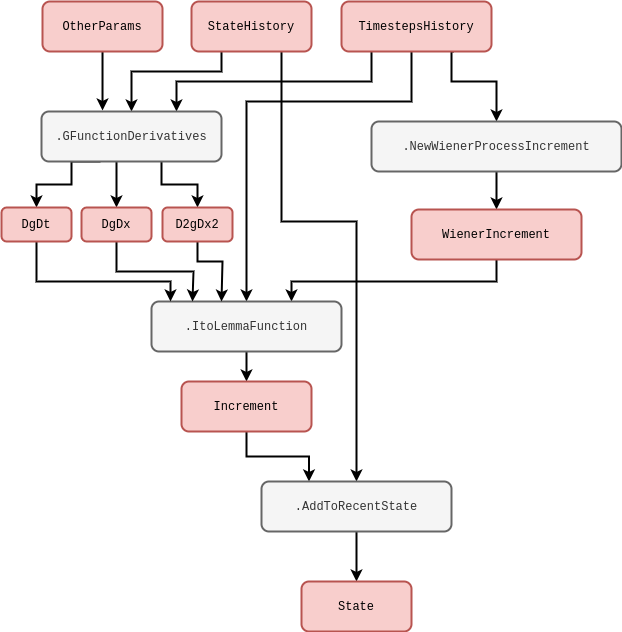
umbralcalc/umbralcalc.github.io keeps this draw.io diagram as assets/stochadexI/stochadexI-ito-lemma.drawio.png. Above is the earlier version. Source tidied: cells renumbered, new cells last; positions are measured from the earlier drawing's top-left corner, leaving out a move shared by most shapes. Its diagram source:
```xml
<mxGraphModel math="1">
  <root>
    <mxCell id="0" />
    <mxCell id="1" parent="0" />
    <mxCell id="2" style="edgeStyle=orthogonalEdgeStyle;rounded=0;jettySize=auto;html=1;entryX=0.5;entryY=0;entryDx=0;entryDy=0;strokeWidth=2;exitX=0.25;exitY=1;exitDx=0;exitDy=0;" parent="1" edge="1" source="4" target="22">
      <mxGeometry relative="1" as="geometry">
        <Array as="points">
          <mxPoint x="220" y="70" />
          <mxPoint x="130" y="70" />
        </Array>
      </mxGeometry>
    </mxCell>
    <mxCell id="3" style="edgeStyle=orthogonalEdgeStyle;rounded=0;jettySize=auto;html=1;strokeWidth=2;exitX=0.75;exitY=1;exitDx=0;exitDy=0;entryX=0.5;entryY=0;entryDx=0;entryDy=0;" parent="1" edge="1" source="4" target="30">
      <mxGeometry relative="1" as="geometry">
        <Array as="points">
          <mxPoint x="280" y="220" />
          <mxPoint x="355" y="220" />
        </Array>
      </mxGeometry>
    </mxCell>
    <mxCell id="4" value="&lt;font face=&quot;Courier New&quot;&gt;StateHistory&lt;/font&gt;" style="rounded=1;whiteSpace=wrap;html=1;strokeWidth=2;fillColor=#f8cecc;strokeColor=#b85450;" parent="1" vertex="1">
      <mxGeometry x="190" width="120" height="50" as="geometry" />
    </mxCell>
    <mxCell id="5" style="edgeStyle=orthogonalEdgeStyle;rounded=0;jettySize=auto;html=1;strokeWidth=2;entryX=0.5;entryY=0;entryDx=0;entryDy=0;exitX=0.75;exitY=1;exitDx=0;exitDy=0;" parent="1" edge="1" source="8" target="10">
      <mxGeometry relative="1" as="geometry">
        <Array as="points">
          <mxPoint x="450" y="50" />
          <mxPoint x="450" y="80" />
          <mxPoint x="495" y="80" />
        </Array>
      </mxGeometry>
    </mxCell>
    <mxCell id="6" style="edgeStyle=orthogonalEdgeStyle;rounded=0;jettySize=auto;html=1;entryX=0.75;entryY=0;entryDx=0;entryDy=0;strokeWidth=2;" parent="1" edge="1" source="8" target="22">
      <mxGeometry relative="1" as="geometry">
        <Array as="points">
          <mxPoint x="370" y="80" />
          <mxPoint x="175" y="80" />
        </Array>
      </mxGeometry>
    </mxCell>
    <mxCell id="7" style="edgeStyle=orthogonalEdgeStyle;rounded=0;jettySize=auto;html=1;entryX=0.5;entryY=0;entryDx=0;entryDy=0;strokeWidth=2;" parent="1" edge="1" source="8" target="14">
      <mxGeometry relative="1" as="geometry">
        <Array as="points">
          <mxPoint x="410" y="100" />
          <mxPoint x="245" y="100" />
        </Array>
      </mxGeometry>
    </mxCell>
    <mxCell id="8" value="&lt;font face=&quot;Courier New&quot;&gt;TimestepsHistory&lt;/font&gt;" style="rounded=1;whiteSpace=wrap;html=1;strokeWidth=2;fillColor=#f8cecc;strokeColor=#b85450;" parent="1" vertex="1">
      <mxGeometry x="340" width="150" height="50" as="geometry" />
    </mxCell>
    <mxCell id="9" style="edgeStyle=orthogonalEdgeStyle;rounded=0;jettySize=auto;html=1;strokeWidth=2;" parent="1" edge="1" source="10" target="12">
      <mxGeometry relative="1" as="geometry" />
    </mxCell>
    <mxCell id="10" value="&lt;font face=&quot;Courier New&quot;&gt;.NewWienerProcessIncrement&lt;/font&gt;" style="rounded=1;whiteSpace=wrap;html=1;strokeWidth=2;fillColor=#f5f5f5;fontColor=#333333;strokeColor=#666666;" parent="1" vertex="1">
      <mxGeometry x="370" y="120" width="250" height="50" as="geometry" />
    </mxCell>
    <mxCell id="11" style="edgeStyle=orthogonalEdgeStyle;rounded=0;jettySize=auto;html=1;strokeWidth=2;" parent="1" edge="1" source="12" target="14">
      <mxGeometry relative="1" as="geometry">
        <Array as="points">
          <mxPoint x="495" y="280" />
          <mxPoint x="290" y="280" />
        </Array>
      </mxGeometry>
    </mxCell>
    <mxCell id="12" value="&lt;font face=&quot;Courier New&quot;&gt;WienerIncrement&lt;/font&gt;" style="rounded=1;whiteSpace=wrap;html=1;strokeWidth=2;fillColor=#f8cecc;strokeColor=#b85450;" parent="1" vertex="1">
      <mxGeometry x="410" y="208" width="170" height="50" as="geometry" />
    </mxCell>
    <mxCell id="13" style="edgeStyle=orthogonalEdgeStyle;rounded=0;jettySize=auto;html=1;strokeWidth=2;" parent="1" edge="1" source="14" target="16">
      <mxGeometry relative="1" as="geometry">
        <Array as="points">
          <mxPoint x="245" y="400" />
        </Array>
      </mxGeometry>
    </mxCell>
    <mxCell id="14" value="&lt;font face=&quot;Courier New&quot;&gt;.ItoLemmaFunction&lt;/font&gt;" style="rounded=1;whiteSpace=wrap;html=1;strokeWidth=2;fillColor=#f5f5f5;fontColor=#333333;strokeColor=#666666;" parent="1" vertex="1">
      <mxGeometry x="150" y="300" width="190" height="50" as="geometry" />
    </mxCell>
    <mxCell id="15" style="edgeStyle=orthogonalEdgeStyle;rounded=0;jettySize=auto;html=1;entryX=0.25;entryY=0;entryDx=0;entryDy=0;strokeWidth=2;" parent="1" edge="1" source="16" target="30">
      <mxGeometry relative="1" as="geometry" />
    </mxCell>
    <mxCell id="16" value="&lt;font face=&quot;Courier New&quot;&gt;Increment&lt;/font&gt;" style="rounded=1;whiteSpace=wrap;html=1;strokeWidth=2;fillColor=#f8cecc;strokeColor=#b85450;" parent="1" vertex="1">
      <mxGeometry x="180" y="380" width="130" height="50" as="geometry" />
    </mxCell>
    <mxCell id="17" style="edgeStyle=orthogonalEdgeStyle;rounded=0;jettySize=auto;html=1;entryX=0.339;entryY=-0.02;entryDx=0;entryDy=0;strokeWidth=2;entryPerimeter=0;" parent="1" edge="1" source="18" target="22">
      <mxGeometry relative="1" as="geometry" />
    </mxCell>
    <mxCell id="18" value="&lt;font face=&quot;Courier New&quot;&gt;OtherParams&lt;/font&gt;" style="rounded=1;whiteSpace=wrap;html=1;strokeWidth=2;fillColor=#f8cecc;strokeColor=#b85450;" parent="1" vertex="1">
      <mxGeometry x="41" width="120" height="50" as="geometry" />
    </mxCell>
    <mxCell id="19" style="edgeStyle=orthogonalEdgeStyle;rounded=0;jettySize=auto;html=1;strokeWidth=2;entryX=0.5;entryY=0;entryDx=0;entryDy=0;exitX=0.328;exitY=1;exitDx=0;exitDy=0;exitPerimeter=0;" parent="1" edge="1" source="22" target="24">
      <mxGeometry relative="1" as="geometry">
        <Array as="points">
          <mxPoint x="70" y="160" />
          <mxPoint x="70" y="183" />
          <mxPoint x="35" y="183" />
        </Array>
      </mxGeometry>
    </mxCell>
    <mxCell id="20" style="edgeStyle=orthogonalEdgeStyle;rounded=0;jettySize=auto;html=1;strokeWidth=2;" parent="1" edge="1" source="22" target="26">
      <mxGeometry relative="1" as="geometry">
        <Array as="points">
          <mxPoint x="115" y="170" />
          <mxPoint x="115" y="170" />
        </Array>
      </mxGeometry>
    </mxCell>
    <mxCell id="21" style="edgeStyle=orthogonalEdgeStyle;rounded=0;jettySize=auto;html=1;entryX=0.5;entryY=0;entryDx=0;entryDy=0;strokeWidth=2;" parent="1" edge="1" source="22" target="28">
      <mxGeometry relative="1" as="geometry">
        <Array as="points">
          <mxPoint x="160" y="183" />
          <mxPoint x="196" y="183" />
        </Array>
      </mxGeometry>
    </mxCell>
    <mxCell id="22" value="&lt;font face=&quot;Courier New&quot;&gt;.GFunctionDerivatives&lt;/font&gt;" style="rounded=1;whiteSpace=wrap;html=1;strokeWidth=2;fillColor=#f5f5f5;fontColor=#333333;strokeColor=#666666;" parent="1" vertex="1">
      <mxGeometry x="40" y="110" width="180" height="50" as="geometry" />
    </mxCell>
    <mxCell id="23" style="edgeStyle=orthogonalEdgeStyle;rounded=0;jettySize=auto;html=1;strokeWidth=2;" parent="1" edge="1" source="24">
      <mxGeometry relative="1" as="geometry">
        <mxPoint x="169" y="300" as="targetPoint" />
        <Array as="points">
          <mxPoint x="35" y="280" />
          <mxPoint x="169" y="280" />
        </Array>
      </mxGeometry>
    </mxCell>
    <mxCell id="24" value="&lt;font face=&quot;Courier New&quot;&gt;DgDt&lt;/font&gt;" style="rounded=1;whiteSpace=wrap;html=1;strokeWidth=2;fillColor=#f8cecc;strokeColor=#b85450;" parent="1" vertex="1">
      <mxGeometry y="206" width="70" height="34" as="geometry" />
    </mxCell>
    <mxCell id="25" style="edgeStyle=orthogonalEdgeStyle;rounded=0;jettySize=auto;html=1;strokeWidth=2;" parent="1" edge="1" source="26">
      <mxGeometry relative="1" as="geometry">
        <mxPoint x="191" y="300" as="targetPoint" />
        <Array as="points">
          <mxPoint x="115" y="270" />
          <mxPoint x="192" y="270" />
        </Array>
      </mxGeometry>
    </mxCell>
    <mxCell id="26" value="&lt;font face=&quot;Courier New&quot;&gt;DgDx&lt;/font&gt;" style="rounded=1;whiteSpace=wrap;html=1;strokeWidth=2;fillColor=#f8cecc;strokeColor=#b85450;" parent="1" vertex="1">
      <mxGeometry x="80" y="206" width="70" height="34" as="geometry" />
    </mxCell>
    <mxCell id="27" style="edgeStyle=orthogonalEdgeStyle;rounded=0;jettySize=auto;html=1;strokeWidth=2;" parent="1" edge="1" source="28">
      <mxGeometry relative="1" as="geometry">
        <mxPoint x="220" y="300" as="targetPoint" />
        <Array as="points">
          <mxPoint x="196" y="260" />
          <mxPoint x="221" y="260" />
        </Array>
      </mxGeometry>
    </mxCell>
    <mxCell id="28" value="&lt;font face=&quot;Courier New&quot;&gt;D2gDx2&lt;/font&gt;" style="rounded=1;whiteSpace=wrap;html=1;strokeWidth=2;fillColor=#f8cecc;strokeColor=#b85450;" parent="1" vertex="1">
      <mxGeometry x="161" y="206" width="70" height="34" as="geometry" />
    </mxCell>
    <mxCell id="29" style="edgeStyle=orthogonalEdgeStyle;rounded=0;jettySize=auto;html=1;strokeWidth=2;" parent="1" edge="1" source="30" target="31">
      <mxGeometry relative="1" as="geometry" />
    </mxCell>
    <mxCell id="30" value="&lt;font face=&quot;Courier New&quot;&gt;.AddToRecentState&lt;/font&gt;" style="rounded=1;whiteSpace=wrap;html=1;strokeWidth=2;fillColor=#f5f5f5;fontColor=#333333;strokeColor=#666666;" parent="1" vertex="1">
      <mxGeometry x="260" y="480" width="190" height="50" as="geometry" />
    </mxCell>
    <mxCell id="31" value="&lt;font face=&quot;Courier New&quot;&gt;State&lt;/font&gt;" style="rounded=1;whiteSpace=wrap;html=1;strokeWidth=2;fillColor=#f8cecc;strokeColor=#b85450;" parent="1" vertex="1">
      <mxGeometry x="300" y="580" width="110" height="50" as="geometry" />
    </mxCell>
  </root>
</mxGraphModel>
```
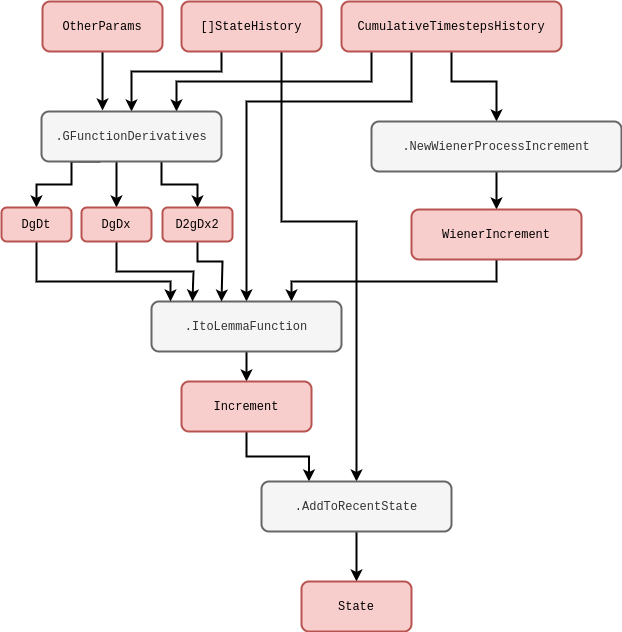
Later version of the same file.

The edit, as a diff of the source:
```diff
@@ -2,53 +2,50 @@
   <root>
     <mxCell id="0" />
     <mxCell id="1" parent="0" />
-    <mxCell id="2" style="edgeStyle=orthogonalEdgeStyle;rounded=0;jettySize=auto;html=1;entryX=0.5;entryY=0;entryDx=0;entryDy=0;strokeWidth=2;exitX=0.25;exitY=1;exitDx=0;exitDy=0;" parent="1" edge="1" source="4" target="22">
+    <mxCell id="2" style="edgeStyle=orthogonalEdgeStyle;rounded=0;jettySize=auto;html=1;entryX=0.5;entryY=0;entryDx=0;entryDy=0;strokeWidth=2;exitX=0.25;exitY=1;exitDx=0;exitDy=0;" parent="1" edge="1" target="22">
       <mxGeometry relative="1" as="geometry">
+        <mxPoint x="220" y="50" as="sourcePoint" />
         <Array as="points">
           <mxPoint x="220" y="70" />
           <mxPoint x="130" y="70" />
         </Array>
       </mxGeometry>
     </mxCell>
-    <mxCell id="3" style="edgeStyle=orthogonalEdgeStyle;rounded=0;jettySize=auto;html=1;strokeWidth=2;exitX=0.75;exitY=1;exitDx=0;exitDy=0;entryX=0.5;entryY=0;entryDx=0;entryDy=0;" parent="1" edge="1" source="4" target="30">
+    <mxCell id="3" style="edgeStyle=orthogonalEdgeStyle;rounded=0;jettySize=auto;html=1;strokeWidth=2;exitX=0.75;exitY=1;exitDx=0;exitDy=0;entryX=0.5;entryY=0;entryDx=0;entryDy=0;" parent="1" edge="1" target="30">
       <mxGeometry relative="1" as="geometry">
+        <mxPoint x="280" y="50" as="sourcePoint" />
         <Array as="points">
           <mxPoint x="280" y="220" />
           <mxPoint x="355" y="220" />
         </Array>
       </mxGeometry>
     </mxCell>
-    <mxCell id="4" value="&lt;font face=&quot;Courier New&quot;&gt;StateHistory&lt;/font&gt;" style="rounded=1;whiteSpace=wrap;html=1;strokeWidth=2;fillColor=#f8cecc;strokeColor=#b85450;" parent="1" vertex="1">
-      <mxGeometry x="190" width="120" height="50" as="geometry" />
-    </mxCell>
-    <mxCell id="5" style="edgeStyle=orthogonalEdgeStyle;rounded=0;jettySize=auto;html=1;strokeWidth=2;entryX=0.5;entryY=0;entryDx=0;entryDy=0;exitX=0.75;exitY=1;exitDx=0;exitDy=0;" parent="1" edge="1" source="8" target="10">
+    <mxCell id="5" style="edgeStyle=orthogonalEdgeStyle;rounded=0;jettySize=auto;html=1;strokeWidth=2;entryX=0.5;entryY=0;entryDx=0;entryDy=0;exitX=0.5;exitY=1;exitDx=0;exitDy=0;" parent="1" edge="1" source="32" target="10">
       <mxGeometry relative="1" as="geometry">
         <Array as="points">
-          <mxPoint x="450" y="50" />
           <mxPoint x="450" y="80" />
           <mxPoint x="495" y="80" />
         </Array>
       </mxGeometry>
     </mxCell>
-    <mxCell id="6" style="edgeStyle=orthogonalEdgeStyle;rounded=0;jettySize=auto;html=1;entryX=0.75;entryY=0;entryDx=0;entryDy=0;strokeWidth=2;" parent="1" edge="1" source="8" target="22">
+    <mxCell id="6" style="edgeStyle=orthogonalEdgeStyle;rounded=0;jettySize=auto;html=1;entryX=0.75;entryY=0;entryDx=0;entryDy=0;strokeWidth=2;" parent="1" edge="1" target="22">
       <mxGeometry relative="1" as="geometry">
+        <mxPoint x="370" y="50" as="sourcePoint" />
         <Array as="points">
           <mxPoint x="370" y="80" />
           <mxPoint x="175" y="80" />
         </Array>
       </mxGeometry>
     </mxCell>
-    <mxCell id="7" style="edgeStyle=orthogonalEdgeStyle;rounded=0;jettySize=auto;html=1;entryX=0.5;entryY=0;entryDx=0;entryDy=0;strokeWidth=2;" parent="1" edge="1" source="8" target="14">
+    <mxCell id="7" style="edgeStyle=orthogonalEdgeStyle;rounded=0;jettySize=auto;html=1;entryX=0.5;entryY=0;entryDx=0;entryDy=0;strokeWidth=2;" parent="1" edge="1" target="14">
       <mxGeometry relative="1" as="geometry">
+        <mxPoint x="410" y="50" as="sourcePoint" />
         <Array as="points">
           <mxPoint x="410" y="100" />
           <mxPoint x="245" y="100" />
         </Array>
       </mxGeometry>
     </mxCell>
-    <mxCell id="8" value="&lt;font face=&quot;Courier New&quot;&gt;TimestepsHistory&lt;/font&gt;" style="rounded=1;whiteSpace=wrap;html=1;strokeWidth=2;fillColor=#f8cecc;strokeColor=#b85450;" parent="1" vertex="1">
-      <mxGeometry x="340" width="150" height="50" as="geometry" />
-    </mxCell>
     <mxCell id="9" style="edgeStyle=orthogonalEdgeStyle;rounded=0;jettySize=auto;html=1;strokeWidth=2;" parent="1" edge="1" source="10" target="12">
       <mxGeometry relative="1" as="geometry" />
     </mxCell>
@@ -161,5 +158,11 @@
     <mxCell id="31" value="&lt;font face=&quot;Courier New&quot;&gt;State&lt;/font&gt;" style="rounded=1;whiteSpace=wrap;html=1;strokeWidth=2;fillColor=#f8cecc;strokeColor=#b85450;" parent="1" vertex="1">
       <mxGeometry x="300" y="580" width="110" height="50" as="geometry" />
     </mxCell>
+    <mxCell id="32" value="&lt;font face=&quot;Courier New&quot;&gt;CumulativeTimestepsHistory&lt;/font&gt;" style="rounded=1;whiteSpace=wrap;html=1;strokeWidth=2;fillColor=#f8cecc;strokeColor=#b85450;" parent="1" vertex="1">
+      <mxGeometry x="340" width="220" height="50" as="geometry" />
+    </mxCell>
+    <mxCell id="33" value="&lt;font face=&quot;Courier New&quot;&gt;[]StateHistory&lt;/font&gt;" style="rounded=1;whiteSpace=wrap;html=1;strokeWidth=2;fillColor=#f8cecc;strokeColor=#b85450;" parent="1" vertex="1">
+      <mxGeometry x="180" width="140" height="50" as="geometry" />
+    </mxCell>
   </root>
 </mxGraphModel>
```
